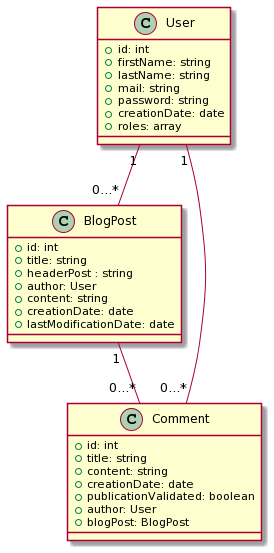
Earlier version of the PlantUML export UML/diagramme_classe.png (Maxime22/portfolio-php).
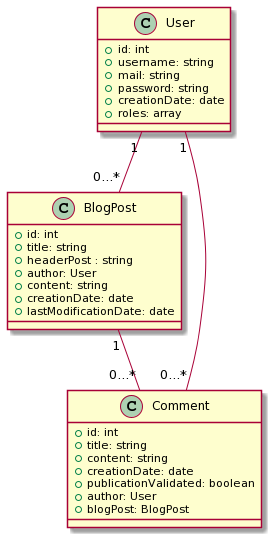
After the change.

Change to the diagram source:
```diff
@@ -1,8 +1,7 @@
 @startuml
 class User{
  +id: int
- +firstName: string
- +lastName: string
+ +username: string
  +mail: string
  +password: string
  +creationDate: date
```
